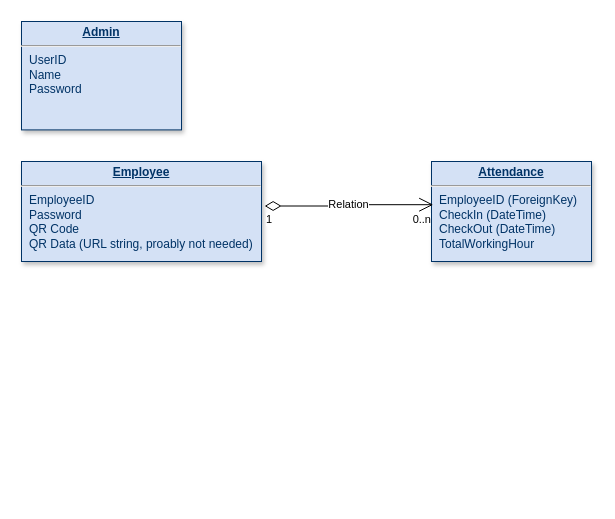
This is Diagram/DatabaseDiagram/Database.drawio from Calmen00-code/AttendanceTracker, a draw.io file, before an edit. Source tidied: cells renumbered, new cells numbered last; positions are measured from the earlier drawing's top-left corner, leaving out a move shared by most shapes. Both pictures are drawn from the tidied source at 100%, with x=0, y=0 at pixel (21, 21).
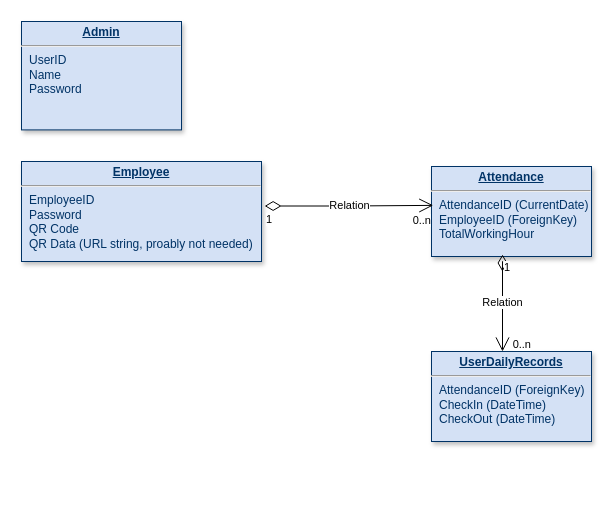
Above is the later version.

Commit message (it also covers changes not shown here):
Update Database Diagram to add UserDailyRecords table

Diff of the diagram source:
```diff
@@
 <mxGraphModel>
   <root>
     <mxCell id="0" />
     <mxCell id="1" parent="0" />
     <mxCell id="2" value="&lt;p style=&quot;margin: 0px; margin-top: 4px; text-align: center; text-decoration: underline;&quot;&gt;&lt;b&gt;Admin&lt;/b&gt;&lt;/p&gt;&lt;hr&gt;&lt;p style=&quot;margin: 0px; margin-left: 8px;&quot;&gt;UserID&lt;/p&gt;&lt;p style=&quot;margin: 0px; margin-left: 8px;&quot;&gt;Name&lt;/p&gt;&lt;p style=&quot;margin: 0px; margin-left: 8px;&quot;&gt;Password&lt;/p&gt;" style="verticalAlign=top;align=left;overflow=fill;fontSize=12;fontFamily=Helvetica;html=1;strokeColor=#003366;shadow=1;fillColor=#D4E1F5;fontColor=#003366;" parent="1" vertex="1">
       <mxGeometry width="160" height="108.4" as="geometry" />
     </mxCell>
     <mxCell id="3" value="&lt;p style=&quot;margin: 0px; margin-top: 4px; text-align: center; text-decoration: underline;&quot;&gt;&lt;strong&gt;Employee&lt;/strong&gt;&lt;/p&gt;&lt;hr&gt;&lt;p style=&quot;margin: 0px; margin-left: 8px;&quot;&gt;EmployeeID&lt;/p&gt;&lt;p style=&quot;margin: 0px; margin-left: 8px;&quot;&gt;Password&lt;/p&gt;&lt;p style=&quot;margin: 0px; margin-left: 8px;&quot;&gt;QR Code&lt;/p&gt;&lt;p style=&quot;margin: 0px; margin-left: 8px;&quot;&gt;QR Data (URL string, proably not needed)&lt;/p&gt;" style="verticalAlign=top;align=left;overflow=fill;fontSize=12;fontFamily=Helvetica;html=1;strokeColor=#003366;shadow=1;fillColor=#D4E1F5;fontColor=#003366;" parent="1" vertex="1">
       <mxGeometry y="140" width="240" height="100" as="geometry" />
     </mxCell>
     <mxCell id="4" value="&lt;p style=&quot;forced-color-adjust: none; box-shadow: none !important; color: rgb(161, 205, 249); font-family: Helvetica; font-size: 12px; font-style: normal; font-variant-ligatures: normal; font-variant-caps: normal; font-weight: 400; letter-spacing: normal; orphans: 2; text-align: left; text-indent: 0px; text-transform: none; widows: 2; word-spacing: 0px; -webkit-text-stroke-width: 0px; white-space: nowrap; background-color: rgb(27, 29, 30); text-decoration-thickness: initial; text-decoration-style: initial; text-decoration-color: initial; margin: 0px 0px 0px 8px;&quot;&gt;&lt;br&gt;&lt;/p&gt;" style="text;whiteSpace=wrap;html=1;" parent="1" vertex="1">
       <mxGeometry x="370" y="50" width="180" height="70" as="geometry" />
     </mxCell>
-    <mxCell id="5" value="&lt;p style=&quot;margin: 0px; margin-top: 4px; text-align: center; text-decoration: underline;&quot;&gt;&lt;b&gt;Attendance&lt;/b&gt;&lt;/p&gt;&lt;hr&gt;&lt;p style=&quot;margin: 0px; margin-left: 8px;&quot;&gt;EmployeeID (ForeignKey)&lt;/p&gt;&lt;p style=&quot;margin: 0px; margin-left: 8px;&quot;&gt;CheckIn (DateTime)&lt;/p&gt;&lt;p style=&quot;margin: 0px; margin-left: 8px;&quot;&gt;CheckOut (DateTime)&lt;/p&gt;&lt;p style=&quot;margin: 0px; margin-left: 8px;&quot;&gt;TotalWorkingHour&lt;/p&gt;&lt;p style=&quot;margin: 0px; margin-left: 8px;&quot;&gt;&lt;br&gt;&lt;/p&gt;&lt;p style=&quot;margin: 0px; margin-left: 8px;&quot;&gt;&lt;br&gt;&lt;/p&gt;" style="verticalAlign=top;align=left;overflow=fill;fontSize=12;fontFamily=Helvetica;html=1;strokeColor=#003366;shadow=1;fillColor=#D4E1F5;fontColor=#003366;" parent="1" vertex="1">
-      <mxGeometry x="410" y="140" width="160" height="100" as="geometry" />
+    <mxCell id="5" value="&lt;p style=&quot;margin: 0px; margin-top: 4px; text-align: center; text-decoration: underline;&quot;&gt;&lt;b&gt;Attendance&lt;/b&gt;&lt;/p&gt;&lt;hr&gt;&lt;p style=&quot;margin: 0px; margin-left: 8px;&quot;&gt;AttendanceID (CurrentDate)&lt;/p&gt;&lt;p style=&quot;margin: 0px; margin-left: 8px;&quot;&gt;EmployeeID (ForeignKey)&lt;/p&gt;&lt;p style=&quot;margin: 0px; margin-left: 8px;&quot;&gt;TotalWorkingHour&lt;/p&gt;&lt;p style=&quot;margin: 0px; margin-left: 8px;&quot;&gt;&lt;br&gt;&lt;/p&gt;" style="verticalAlign=top;align=left;overflow=fill;fontSize=12;fontFamily=Helvetica;html=1;strokeColor=#003366;shadow=1;fillColor=#D4E1F5;fontColor=#003366;" parent="1" vertex="1">
+      <mxGeometry x="410" y="145" width="160" height="90" as="geometry" />
     </mxCell>
     <mxCell id="6" value="Relation" style="endArrow=open;html=1;endSize=12;startArrow=diamondThin;startSize=14;startFill=0;edgeStyle=orthogonalEdgeStyle;rounded=0;exitX=1.013;exitY=0.445;exitDx=0;exitDy=0;exitPerimeter=0;entryX=0.011;entryY=0.432;entryDx=0;entryDy=0;entryPerimeter=0;" parent="1" edge="1" source="3" target="5">
       <mxGeometry relative="1" as="geometry" />
     </mxCell>
     <mxCell id="7" value="1" style="edgeLabel;html=1;align=left;verticalAlign=top;" parent="6" vertex="1">
       <mxGeometry x="-1" relative="1" as="geometry" />
     </mxCell>
     <mxCell id="8" value="0..n" style="edgeLabel;html=1;align=right;verticalAlign=top;" parent="6" vertex="1">
       <mxGeometry x="1" relative="1" as="geometry">
         <mxPoint x="-2" y="2" as="offset" />
       </mxGeometry>
     </mxCell>
+    <mxCell id="9" value="&lt;p style=&quot;forced-color-adjust: none; box-shadow: none !important; color: rgb(161, 205, 249); font-family: Helvetica; font-size: 12px; font-style: normal; font-variant-ligatures: normal; font-variant-caps: normal; font-weight: 400; letter-spacing: normal; orphans: 2; text-align: left; text-indent: 0px; text-transform: none; widows: 2; word-spacing: 0px; -webkit-text-stroke-width: 0px; white-space: nowrap; background-color: rgb(27, 29, 30); text-decoration-thickness: initial; text-decoration-style: initial; text-decoration-color: initial; margin: 0px 0px 0px 8px;&quot;&gt;&lt;br&gt;&lt;/p&gt;" style="text;whiteSpace=wrap;html=1;" parent="1" vertex="1">
+      <mxGeometry x="200" y="430" width="160" height="50" as="geometry" />
+    </mxCell>
+    <mxCell id="10" value="&lt;p style=&quot;margin: 0px; margin-top: 4px; text-align: center; text-decoration: underline;&quot;&gt;&lt;b&gt;UserDailyRecords&lt;/b&gt;&lt;/p&gt;&lt;hr&gt;&lt;p style=&quot;margin: 0px; margin-left: 8px;&quot;&gt;AttendanceID (ForeignKey)&lt;/p&gt;&lt;p style=&quot;margin: 0px; margin-left: 8px;&quot;&gt;CheckIn (DateTime)&lt;/p&gt;&lt;p style=&quot;margin: 0px; margin-left: 8px;&quot;&gt;CheckOut (DateTime)&lt;/p&gt;&lt;p style=&quot;margin: 0px; margin-left: 8px;&quot;&gt;&lt;br&gt;&lt;/p&gt;" style="verticalAlign=top;align=left;overflow=fill;fontSize=12;fontFamily=Helvetica;html=1;strokeColor=#003366;shadow=1;fillColor=#D4E1F5;fontColor=#003366;" parent="1" vertex="1">
+      <mxGeometry x="410" y="330" width="160" height="90" as="geometry" />
+    </mxCell>
+    <mxCell id="11" value="Relation" style="endArrow=open;html=1;endSize=12;startArrow=diamondThin;startSize=14;startFill=0;edgeStyle=orthogonalEdgeStyle;rounded=0;exitX=0.444;exitY=0.978;exitDx=0;exitDy=0;exitPerimeter=0;" parent="1" edge="1" source="5" target="10">
+      <mxGeometry relative="1" as="geometry">
+        <Array as="points">
+          <mxPoint x="481" y="240" />
+          <mxPoint x="481" y="240" />
+        </Array>
+      </mxGeometry>
+    </mxCell>
+    <mxCell id="12" value="1" style="edgeLabel;html=1;align=left;verticalAlign=top;" parent="11" vertex="1">
+      <mxGeometry x="-1" relative="1" as="geometry" />
+    </mxCell>
+    <mxCell id="13" value="0..n" style="edgeLabel;html=1;align=right;verticalAlign=top;" parent="11" vertex="1">
+      <mxGeometry x="1" relative="1" as="geometry">
+        <mxPoint x="29" y="-20" as="offset" />
+      </mxGeometry>
+    </mxCell>
   </root>
 </mxGraphModel>
```
